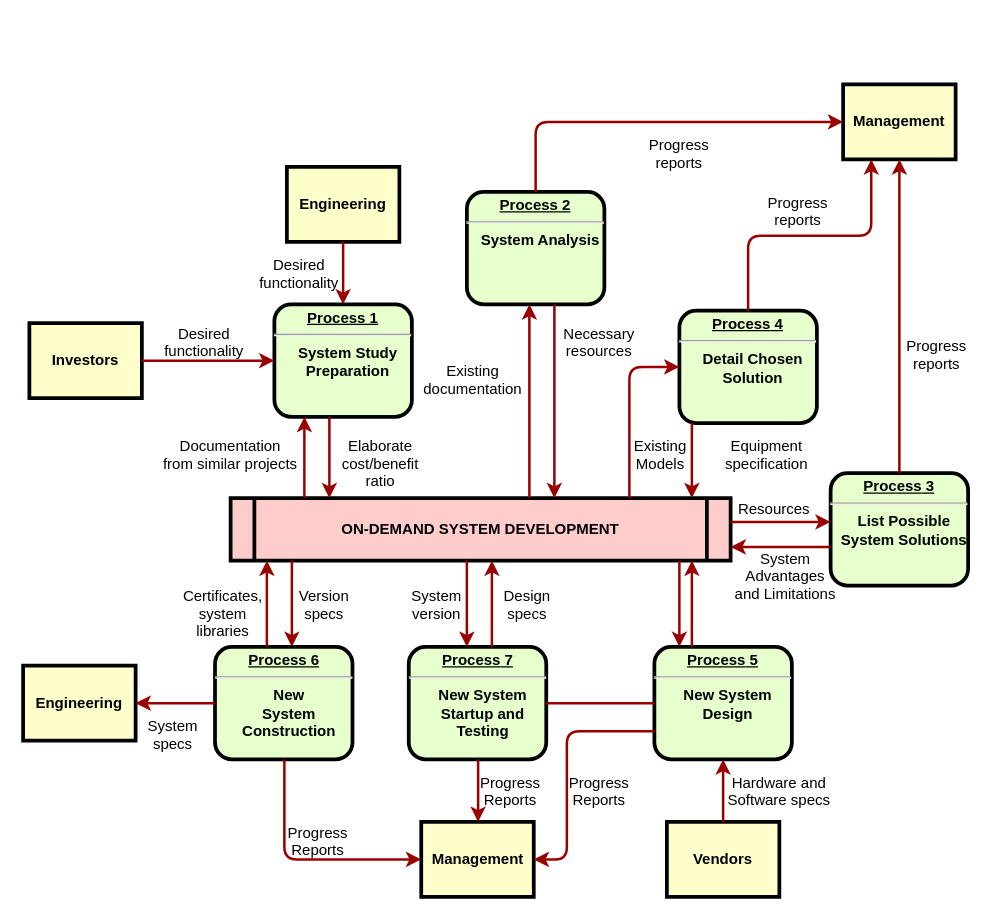
Above: Untitled Diagram.drawio in chet400/Resume (draw.io), before the change. Source tidied: cells renumbered, new cells numbered last; positions are measured from the earlier drawing's top-left corner, leaving out a move shared by most shapes. Both pictures are drawn from the tidied source at 125%, with x=0, y=0 at pixel (22, 84).
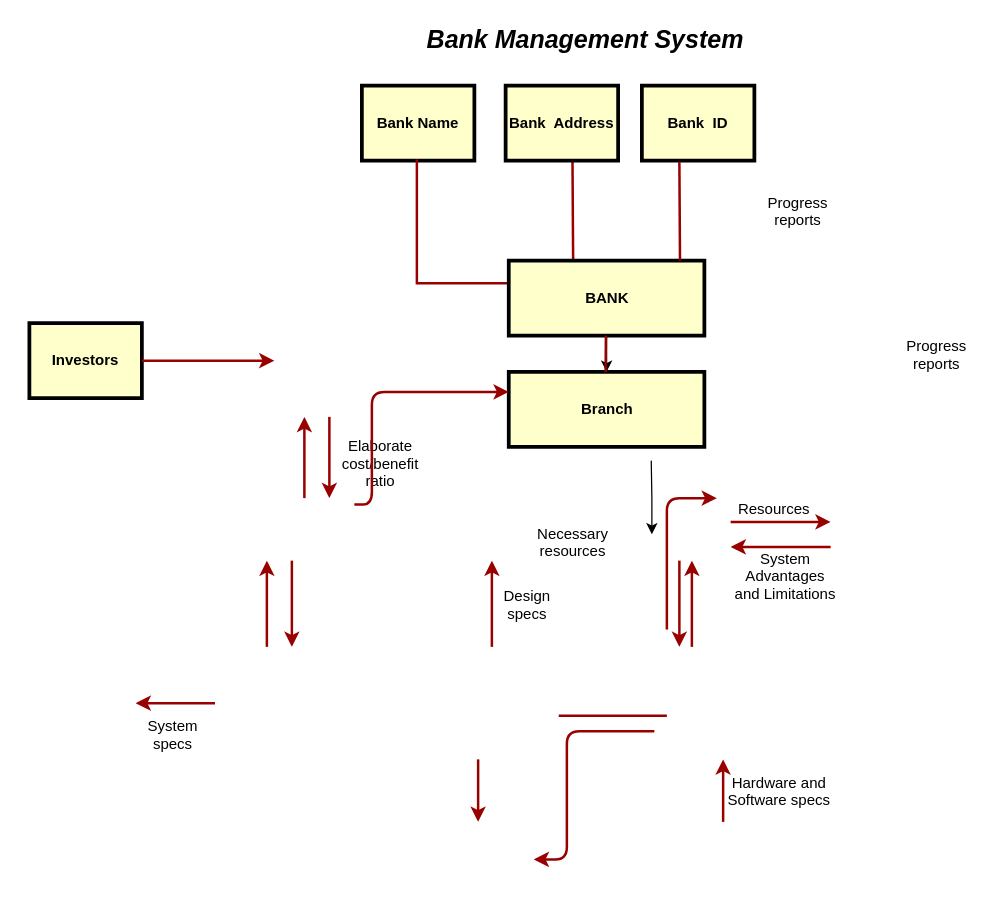
Above is the later version.

Unchanged cells that the change refers to:
```xml
<mxCell id="4" value="Investors" style="whiteSpace=wrap;align=center;verticalAlign=middle;fontStyle=1;strokeWidth=3;fillColor=#FFFFCC;" parent="1" vertex="1">
  <mxGeometry x="5" y="191" width="90" height="60" as="geometry" />
</mxCell>
```

What changed in the source:
```diff
@@
-    <mxCell id="2" value="&lt;p style=&quot;margin: 0px; margin-top: 4px; text-align: center; text-decoration: underline;&quot;&gt;&lt;strong&gt;Process 1&lt;br /&gt;&lt;/strong&gt;&lt;/p&gt;&lt;hr /&gt;&lt;p style=&quot;margin: 0px; margin-left: 8px;&quot;&gt;System Study&lt;/p&gt;&lt;p style=&quot;margin: 0px; margin-left: 8px;&quot;&gt;Preparation&lt;/p&gt;" style="verticalAlign=middle;align=center;overflow=fill;fontSize=12;fontFamily=Helvetica;html=1;rounded=1;fontStyle=1;strokeWidth=3;fillColor=#E6FFCC;" parent="1" vertex="1">
-      <mxGeometry x="201" y="176" width="110" height="90" as="geometry" />
-    </mxCell>
-    <mxCell id="3" value="Engineering" style="whiteSpace=wrap;align=center;verticalAlign=middle;fontStyle=1;strokeWidth=3;fillColor=#FFFFCC;" parent="1" vertex="1">
-      <mxGeometry x="211" y="66" width="90" height="60" as="geometry" />
+    <mxCell id="3" value="Bank Name" style="whiteSpace=wrap;align=center;verticalAlign=middle;fontStyle=1;strokeWidth=3;fillColor=#FFFFCC;" parent="1" vertex="1">
+      <mxGeometry x="271" y="1" width="90" height="60" as="geometry" />
     </mxCell>
@@
-    <mxCell id="5" value="ON-DEMAND SYSTEM DEVELOPMENT" style="shape=process;whiteSpace=wrap;align=center;verticalAlign=middle;size=0.0475;fontStyle=1;strokeWidth=3;fillColor=#FFCCCC;" parent="1" vertex="1">
-      <mxGeometry x="166" y="331" width="400" height="50" as="geometry" />
-    </mxCell>
-    <mxCell id="6" value="&lt;p style=&quot;margin: 0px; margin-top: 4px; text-align: center; text-decoration: underline;&quot;&gt;&lt;strong&gt;Process 2&lt;br /&gt;&lt;/strong&gt;&lt;/p&gt;&lt;hr /&gt;&lt;p style=&quot;margin: 0px; margin-left: 8px;&quot;&gt;System Analysis&lt;/p&gt;" style="verticalAlign=middle;align=center;overflow=fill;fontSize=12;fontFamily=Helvetica;html=1;rounded=1;fontStyle=1;strokeWidth=3;fillColor=#E6FFCC;" parent="1" vertex="1">
-      <mxGeometry x="355" y="86" width="110" height="90" as="geometry" />
-    </mxCell>
-    <mxCell id="7" value="&lt;p style=&quot;margin: 0px; margin-top: 4px; text-align: center; text-decoration: underline;&quot;&gt;&lt;strong&gt;&lt;strong&gt;Process&lt;/strong&gt; 3&lt;br /&gt;&lt;/strong&gt;&lt;/p&gt;&lt;hr /&gt;&lt;p style=&quot;margin: 0px; margin-left: 8px;&quot;&gt;List Possible&lt;/p&gt;&lt;p style=&quot;margin: 0px; margin-left: 8px;&quot;&gt;System Solutions&lt;/p&gt;" style="verticalAlign=middle;align=center;overflow=fill;fontSize=12;fontFamily=Helvetica;html=1;rounded=1;fontStyle=1;strokeWidth=3;fillColor=#E6FFCC;" parent="1" vertex="1">
-      <mxGeometry x="646" y="311" width="110" height="90" as="geometry" />
-    </mxCell>
-    <mxCell id="8" value="&lt;p style=&quot;margin: 0px; margin-top: 4px; text-align: center; text-decoration: underline;&quot;&gt;&lt;strong&gt;&lt;strong&gt;Process&lt;/strong&gt; 4&lt;br /&gt;&lt;/strong&gt;&lt;/p&gt;&lt;hr /&gt;&lt;p style=&quot;margin: 0px; margin-left: 8px;&quot;&gt;Detail Chosen&lt;/p&gt;&lt;p style=&quot;margin: 0px; margin-left: 8px;&quot;&gt;Solution&lt;/p&gt;" style="verticalAlign=middle;align=center;overflow=fill;fontSize=12;fontFamily=Helvetica;html=1;rounded=1;fontStyle=1;strokeWidth=3;fillColor=#E6FFCC;" parent="1" vertex="1">
-      <mxGeometry x="525" y="181" width="110" height="90" as="geometry" />
-    </mxCell>
-    <mxCell id="9" value="&lt;p style=&quot;margin: 0px; margin-top: 4px; text-align: center; text-decoration: underline;&quot;&gt;&lt;strong&gt;&lt;strong&gt;Process&lt;/strong&gt; 5&lt;br /&gt;&lt;/strong&gt;&lt;/p&gt;&lt;hr /&gt;&lt;p style=&quot;margin: 0px; margin-left: 8px;&quot;&gt;New System&lt;/p&gt;&lt;p style=&quot;margin: 0px; margin-left: 8px;&quot;&gt;Design&lt;/p&gt;" style="verticalAlign=middle;align=center;overflow=fill;fontSize=12;fontFamily=Helvetica;html=1;rounded=1;fontStyle=1;strokeWidth=3;fillColor=#E6FFCC;" parent="1" vertex="1">
-      <mxGeometry x="505" y="450" width="110" height="90" as="geometry" />
-    </mxCell>
-    <mxCell id="10" value="&lt;p style=&quot;margin: 0px; margin-top: 4px; text-align: center; text-decoration: underline;&quot;&gt;&lt;strong&gt;&lt;strong&gt;Process&lt;/strong&gt; 6&lt;br /&gt;&lt;/strong&gt;&lt;/p&gt;&lt;hr /&gt;&lt;p style=&quot;margin: 0px; margin-left: 8px;&quot;&gt;New&lt;/p&gt;&lt;p style=&quot;margin: 0px; margin-left: 8px;&quot;&gt;System&lt;/p&gt;&lt;p style=&quot;margin: 0px; margin-left: 8px;&quot;&gt;Construction&lt;/p&gt;" style="verticalAlign=middle;align=center;overflow=fill;fontSize=12;fontFamily=Helvetica;html=1;rounded=1;fontStyle=1;strokeWidth=3;fillColor=#E6FFCC;" parent="1" vertex="1">
-      <mxGeometry x="153.5" y="450" width="110" height="90" as="geometry" />
-    </mxCell>
-    <mxCell id="11" value="Management" style="whiteSpace=wrap;align=center;verticalAlign=middle;fontStyle=1;strokeWidth=3;fillColor=#FFFFCC;" parent="1" vertex="1">
-      <mxGeometry x="656" width="90" height="60" as="geometry" />
+    <mxCell id="11" value="Branch" style="whiteSpace=wrap;align=center;verticalAlign=middle;fontStyle=1;strokeWidth=3;fillColor=#FFFFCC;" parent="1" vertex="1">
+      <mxGeometry x="388.5" y="230" width="156.5" height="60" as="geometry" />
     </mxCell>
-    <mxCell id="12" value="Management" style="whiteSpace=wrap;align=center;verticalAlign=middle;fontStyle=1;strokeWidth=3;fillColor=#FFFFCC;" parent="1" vertex="1">
-      <mxGeometry x="318.5" y="590" width="90" height="60" as="geometry" />
-    </mxCell>
-    <mxCell id="13" value="Engineering" style="whiteSpace=wrap;align=center;verticalAlign=middle;fontStyle=1;strokeWidth=3;fillColor=#FFFFCC;" parent="1" vertex="1">
-      <mxGeometry y="465" width="90" height="60" as="geometry" />
-    </mxCell>
-    <mxCell id="14" value="Vendors" style="whiteSpace=wrap;align=center;verticalAlign=middle;fontStyle=1;strokeWidth=3;fillColor=#FFFFCC;" parent="1" vertex="1">
-      <mxGeometry x="515" y="590" width="90" height="60" as="geometry" />
-    </mxCell>
-    <mxCell id="15" style="edgeStyle=none;noEdgeStyle=1;strokeColor=#990000;strokeWidth=2;" parent="1" edge="1" source="3" target="2">
-      <mxGeometry relative="1" as="geometry" />
-    </mxCell>
-    <mxCell id="16" style="edgeStyle=none;noEdgeStyle=1;strokeColor=#990000;strokeWidth=2;" parent="1" edge="1" source="4" target="2">
-      <mxGeometry relative="1" as="geometry" />
+    <mxCell id="16" style="edgeStyle=none;noEdgeStyle=1;strokeColor=#990000;strokeWidth=2;" parent="1" edge="1" source="4">
+      <mxGeometry relative="1" as="geometry">
+        <mxPoint x="201" y="221" as="targetPoint" />
+      </mxGeometry>
     </mxCell>
-    <mxCell id="17" value="&lt;p style=&quot;margin: 0px; margin-top: 4px; text-align: center; text-decoration: underline;&quot;&gt;&lt;strong&gt;&lt;strong&gt;Process&lt;/strong&gt; 7&lt;br /&gt;&lt;/strong&gt;&lt;/p&gt;&lt;hr /&gt;&lt;p style=&quot;margin: 0px; margin-left: 8px;&quot;&gt;New System&lt;/p&gt;&lt;p style=&quot;margin: 0px; margin-left: 8px;&quot;&gt;Startup and&lt;/p&gt;&lt;p style=&quot;margin: 0px; margin-left: 8px;&quot;&gt;Testing&lt;/p&gt;" style="verticalAlign=middle;align=center;overflow=fill;fontSize=12;fontFamily=Helvetica;html=1;rounded=1;fontStyle=1;strokeWidth=3;fillColor=#E6FFCC;" parent="1" vertex="1">
-      <mxGeometry x="308.5" y="450" width="110" height="90" as="geometry" />
-    </mxCell>
-    <mxCell id="18" style="endArrow=none;noEdgeStyle=1;strokeColor=#990000;strokeWidth=2;" parent="1" edge="1" source="9" target="17">
-      <mxGeometry relative="1" as="geometry" />
+    <mxCell id="18" style="endArrow=none;noEdgeStyle=1;strokeColor=#990000;strokeWidth=2;" parent="1" edge="1">
+      <mxGeometry relative="1" as="geometry">
+        <mxPoint x="440" y="140" as="sourcePoint" />
+        <mxPoint x="439.5" y="61" as="targetPoint" />
+      </mxGeometry>
     </mxCell>
-    <mxCell id="19" value="Desired &#10;functionality" style="text;spacingTop=-5;align=center;" parent="1" vertex="1">
-      <mxGeometry x="130" y="191" width="30" height="20" as="geometry" />
-    </mxCell>
-    <mxCell id="20" value="Desired &#10;functionality" style="text;spacingTop=-5;align=center;" parent="1" vertex="1">
-      <mxGeometry x="206" y="136" width="30" height="20" as="geometry" />
+    <mxCell id="20" value="Bank Management System" style="text;spacingTop=-5;align=center;fontStyle=3;fontSize=20;" parent="1" vertex="1">
+      <mxGeometry x="435" y="-50" width="30" height="20" as="geometry" />
     </mxCell>
-    <mxCell id="21" value="Documentation&#10;from similar projects" style="text;spacingTop=-5;align=center;" parent="1" vertex="1">
-      <mxGeometry x="151" y="281" width="30" height="20" as="geometry" />
-    </mxCell>
-    <mxCell id="22" style="edgeStyle=elbowEdgeStyle;elbow=horizontal;strokeColor=#990000;strokeWidth=2;" parent="1" edge="1" source="5" target="2">
+    <mxCell id="22" style="edgeStyle=elbowEdgeStyle;elbow=horizontal;strokeColor=#990000;strokeWidth=2;" parent="1" edge="1">
       <mxGeometry relative="1" as="geometry">
+        <mxPoint x="225" y="331" as="sourcePoint" />
+        <mxPoint x="225" y="266" as="targetPoint" />
         <Array as="points">
           <mxPoint x="225" y="310" />
         </Array>
       </mxGeometry>
     </mxCell>
-    <mxCell id="23" style="edgeStyle=elbowEdgeStyle;elbow=horizontal;strokeColor=#990000;strokeWidth=2;" parent="1" edge="1" source="2" target="5">
+    <mxCell id="23" style="edgeStyle=elbowEdgeStyle;elbow=horizontal;strokeColor=#990000;strokeWidth=2;" parent="1" edge="1">
       <mxGeometry relative="1" as="geometry">
+        <mxPoint x="245" y="266" as="sourcePoint" />
+        <mxPoint x="245" y="331" as="targetPoint" />
         <Array as="points">
           <mxPoint x="245" y="300" />
         </Array>
       </mxGeometry>
     </mxCell>
@@
-    <mxCell id="25" style="edgeStyle=elbowEdgeStyle;elbow=horizontal;strokeColor=#990000;strokeWidth=2;" parent="1" edge="1" source="5" target="6">
-      <mxGeometry relative="1" as="geometry">
-        <Array as="points">
-          <mxPoint x="405" y="250" />
-        </Array>
-      </mxGeometry>
-    </mxCell>
-    <mxCell id="26" style="edgeStyle=elbowEdgeStyle;elbow=horizontal;strokeColor=#990000;strokeWidth=2;" parent="1" edge="1" source="6" target="5">
-      <mxGeometry relative="1" as="geometry">
-        <Array as="points">
-          <mxPoint x="425" y="260" />
-        </Array>
-      </mxGeometry>
-    </mxCell>
-    <mxCell id="27" value="Existing&#10;documentation" style="text;spacingTop=-5;align=center;" parent="1" vertex="1">
-      <mxGeometry x="345" y="221" width="30" height="20" as="geometry" />
-    </mxCell>
     <mxCell id="28" value="Necessary&#10;resources" style="text;spacingTop=-5;align=center;" parent="1" vertex="1">
-      <mxGeometry x="446" y="191" width="30" height="20" as="geometry" />
+      <mxGeometry x="425" y="351" width="30" height="20" as="geometry" />
     </mxCell>
-    <mxCell id="29" value="Progress&#10;reports" style="text;spacingTop=-5;align=center;" parent="1" vertex="1">
-      <mxGeometry x="510" y="40" width="30" height="20" as="geometry" />
-    </mxCell>
@@
-    <mxCell id="32" style="edgeStyle=elbowEdgeStyle;elbow=horizontal;strokeColor=#990000;strokeWidth=2;" parent="1" edge="1" source="6" target="11">
-      <mxGeometry relative="1" as="geometry">
-        <Array as="points">
-          <mxPoint x="410" y="80" />
-        </Array>
-      </mxGeometry>
-    </mxCell>
-    <mxCell id="33" style="edgeStyle=elbowEdgeStyle;elbow=vertical;entryX=0.25;entryY=1;strokeColor=#990000;strokeWidth=2;" parent="1" edge="1" source="8" target="11">
-      <mxGeometry relative="1" as="geometry" />
-    </mxCell>
-    <mxCell id="34" style="edgeStyle=elbowEdgeStyle;elbow=horizontal;strokeColor=#990000;strokeWidth=2;" parent="1" edge="1" source="7" target="11">
-      <mxGeometry relative="1" as="geometry" />
-    </mxCell>
-    <mxCell id="35" style="edgeStyle=elbowEdgeStyle;elbow=horizontal;strokeColor=#990000;strokeWidth=2;" parent="1" edge="1" source="8" target="5">
+    <mxCell id="35" style="edgeStyle=elbowEdgeStyle;elbow=horizontal;strokeColor=#990000;strokeWidth=2;" parent="1" edge="1">
       <mxGeometry relative="1" as="geometry">
-        <Array as="points">
-          <mxPoint x="535" y="300" />
-        </Array>
+        <mxPoint x="418.5" y="160" as="sourcePoint" />
+        <mxPoint x="419" y="200" as="targetPoint" />
       </mxGeometry>
     </mxCell>
-    <mxCell id="36" style="edgeStyle=segmentEdgeStyle;strokeColor=#990000;strokeWidth=2;" parent="1" edge="1" source="5" target="8">
+    <mxCell id="36" style="edgeStyle=segmentEdgeStyle;strokeColor=#990000;strokeWidth=2;" parent="1" edge="1">
       <mxGeometry relative="1" as="geometry">
+        <mxPoint x="515" y="436" as="sourcePoint" />
+        <mxPoint x="555" y="331" as="targetPoint" />
         <Array as="points">
-          <mxPoint x="485" y="226" />
+          <mxPoint x="515" y="331" />
         </Array>
       </mxGeometry>
     </mxCell>
-    <mxCell id="37" value="Existing&#10;Models" style="text;spacingTop=-5;align=center;" parent="1" vertex="1">
-      <mxGeometry x="495" y="281" width="30" height="20" as="geometry" />
-    </mxCell>
-    <mxCell id="38" value="Equipment&#10;specification" style="text;spacingTop=-5;align=center;" parent="1" vertex="1">
-      <mxGeometry x="580" y="281" width="30" height="20" as="geometry" />
-    </mxCell>
+    <mxCell id="63" style="edgeStyle=orthogonalEdgeStyle;rounded=0;orthogonalLoop=1;jettySize=auto;html=1;exitX=0.25;exitY=1;exitDx=0;exitDy=0;fontSize=20;" parent="1" edge="1">
+      <mxGeometry relative="1" as="geometry">
+        <mxPoint x="502.5" y="301" as="sourcePoint" />
+        <mxPoint x="503" y="360" as="targetPoint" />
+      </mxGeometry>
+    </mxCell>
-    <mxCell id="39" style="edgeStyle=elbowEdgeStyle;elbow=vertical;strokeColor=#990000;strokeWidth=2;" parent="1" edge="1" source="5" target="7">
+    <mxCell id="39" style="edgeStyle=elbowEdgeStyle;elbow=vertical;strokeColor=#990000;strokeWidth=2;" parent="1" edge="1">
       <mxGeometry relative="1" as="geometry">
+        <mxPoint x="566" y="350" as="sourcePoint" />
+        <mxPoint x="646" y="350" as="targetPoint" />
         <Array as="points">
           <mxPoint x="615" y="350" />
         </Array>
       </mxGeometry>
     </mxCell>
-    <mxCell id="40" style="edgeStyle=elbowEdgeStyle;elbow=vertical;strokeColor=#990000;strokeWidth=2;" parent="1" edge="1" source="7" target="5">
+    <mxCell id="40" style="edgeStyle=elbowEdgeStyle;elbow=vertical;strokeColor=#990000;strokeWidth=2;" parent="1" edge="1">
       <mxGeometry relative="1" as="geometry">
+        <mxPoint x="646" y="370" as="sourcePoint" />
+        <mxPoint x="566" y="370" as="targetPoint" />
         <Array as="points">
           <mxPoint x="615" y="370" />
         </Array>
       </mxGeometry>
     </mxCell>
@@
-    <mxCell id="43" style="edgeStyle=elbowEdgeStyle;elbow=horizontal;strokeColor=#990000;strokeWidth=2;" parent="1" edge="1" source="9" target="5">
+    <mxCell id="43" style="edgeStyle=elbowEdgeStyle;elbow=horizontal;strokeColor=#990000;strokeWidth=2;" parent="1" edge="1">
       <mxGeometry relative="1" as="geometry">
+        <mxPoint x="535" y="450" as="sourcePoint" />
+        <mxPoint x="535" y="381" as="targetPoint" />
         <Array as="points">
           <mxPoint x="535" y="410" />
         </Array>
       </mxGeometry>
     </mxCell>
-    <mxCell id="44" style="edgeStyle=elbowEdgeStyle;elbow=horizontal;strokeColor=#990000;strokeWidth=2;" parent="1" edge="1" source="5" target="9">
+    <mxCell id="44" style="edgeStyle=elbowEdgeStyle;elbow=horizontal;strokeColor=#990000;strokeWidth=2;" parent="1" edge="1">
       <mxGeometry relative="1" as="geometry">
+        <mxPoint x="525" y="381" as="sourcePoint" />
+        <mxPoint x="525" y="450" as="targetPoint" />
         <Array as="points">
           <mxPoint x="525" y="420" />
         </Array>
       </mxGeometry>
     </mxCell>
-    <mxCell id="45" style="edgeStyle=elbowEdgeStyle;elbow=horizontal;strokeColor=#990000;strokeWidth=2;" parent="1" edge="1" source="14" target="9">
-      <mxGeometry relative="1" as="geometry" />
+    <mxCell id="45" style="edgeStyle=elbowEdgeStyle;elbow=horizontal;strokeColor=#990000;strokeWidth=2;" parent="1" edge="1">
+      <mxGeometry relative="1" as="geometry">
+        <mxPoint x="560" y="590" as="sourcePoint" />
+        <mxPoint x="560" y="540" as="targetPoint" />
+      </mxGeometry>
     </mxCell>
@@
-    <mxCell id="47" style="edgeStyle=elbowEdgeStyle;elbow=horizontal;exitX=0;exitY=0.75;strokeColor=#990000;strokeWidth=2;" parent="1" edge="1" source="9" target="12">
+    <mxCell id="47" style="edgeStyle=elbowEdgeStyle;elbow=horizontal;exitX=0;exitY=0.75;strokeColor=#990000;strokeWidth=2;" parent="1" edge="1">
       <mxGeometry relative="1" as="geometry">
+        <mxPoint x="505" y="517.5" as="sourcePoint" />
+        <mxPoint x="408.5" y="620" as="targetPoint" />
         <Array as="points">
           <mxPoint x="435" y="570" />
         </Array>
       </mxGeometry>
     </mxCell>
-    <mxCell id="48" value="Progress&#10;Reports" style="text;spacingTop=-5;align=center;" parent="1" vertex="1">
-      <mxGeometry x="446" y="550" width="30" height="20" as="geometry" />
-    </mxCell>
-    <mxCell id="49" style="edgeStyle=elbowEdgeStyle;elbow=horizontal;strokeColor=#990000;strokeWidth=2;" parent="1" edge="1" source="17" target="12">
-      <mxGeometry relative="1" as="geometry" />
+    <mxCell id="49" style="edgeStyle=elbowEdgeStyle;elbow=horizontal;strokeColor=#990000;strokeWidth=2;" parent="1" edge="1">
+      <mxGeometry relative="1" as="geometry">
+        <mxPoint x="364" y="540" as="sourcePoint" />
+        <mxPoint x="364" y="590" as="targetPoint" />
+      </mxGeometry>
     </mxCell>
-    <mxCell id="50" value="Progress&#10;Reports" style="text;spacingTop=-5;align=center;" parent="1" vertex="1">
-      <mxGeometry x="375" y="550" width="30" height="20" as="geometry" />
-    </mxCell>
-    <mxCell id="51" style="edgeStyle=elbowEdgeStyle;elbow=horizontal;strokeColor=#990000;strokeWidth=2;" parent="1" edge="1" source="10" target="12">
+    <mxCell id="51" style="edgeStyle=elbowEdgeStyle;elbow=horizontal;strokeColor=#990000;strokeWidth=2;" parent="1" edge="1">
       <mxGeometry relative="1" as="geometry">
+        <mxPoint x="265" y="336" as="sourcePoint" />
+        <mxPoint x="388.5" y="246" as="targetPoint" />
         <Array as="points">
-          <mxPoint x="209" y="570" />
+          <mxPoint x="279" y="196" />
         </Array>
       </mxGeometry>
     </mxCell>
-    <mxCell id="52" value="Progress&#10;Reports" style="text;spacingTop=-5;align=center;" parent="1" vertex="1">
-      <mxGeometry x="221" y="590" width="30" height="20" as="geometry" />
-    </mxCell>
-    <mxCell id="53" style="edgeStyle=elbowEdgeStyle;elbow=vertical;strokeColor=#990000;strokeWidth=2;" parent="1" edge="1" source="10" target="13">
-      <mxGeometry relative="1" as="geometry" />
+    <mxCell id="53" style="edgeStyle=elbowEdgeStyle;elbow=vertical;strokeColor=#990000;strokeWidth=2;" parent="1" edge="1">
+      <mxGeometry relative="1" as="geometry">
+        <mxPoint x="153.5" y="495" as="sourcePoint" />
+        <mxPoint x="90" y="495" as="targetPoint" />
+      </mxGeometry>
     </mxCell>
-    <mxCell id="54" style="edgeStyle=elbowEdgeStyle;elbow=horizontal;strokeColor=#990000;strokeWidth=2;" parent="1" edge="1" source="5" target="17">
-      <mxGeometry relative="1" as="geometry">
-        <Array as="points">
-          <mxPoint x="355" y="410" />
-        </Array>
-      </mxGeometry>
-    </mxCell>
-    <mxCell id="55" style="edgeStyle=elbowEdgeStyle;elbow=horizontal;strokeColor=#990000;strokeWidth=2;" parent="1" edge="1" source="17" target="5">
+    <mxCell id="55" style="edgeStyle=elbowEdgeStyle;elbow=horizontal;strokeColor=#990000;strokeWidth=2;" parent="1" edge="1">
       <mxGeometry relative="1" as="geometry">
+        <mxPoint x="375" y="450" as="sourcePoint" />
+        <mxPoint x="375" y="381" as="targetPoint" />
         <Array as="points">
           <mxPoint x="375" y="410" />
         </Array>
       </mxGeometry>
     </mxCell>
-    <mxCell id="56" value="Version&#10;specs" style="text;spacingTop=-5;align=center;" parent="1" vertex="1">
-      <mxGeometry x="226" y="401" width="30" height="20" as="geometry" />
-    </mxCell>
-    <mxCell id="57" value="Certificates,&#10;system&#10;libraries" style="text;spacingTop=-5;align=center;" parent="1" vertex="1">
-      <mxGeometry x="145" y="401" width="30" height="20" as="geometry" />
-    </mxCell>
-    <mxCell id="58" style="edgeStyle=elbowEdgeStyle;elbow=horizontal;strokeColor=#990000;strokeWidth=2;" parent="1" edge="1" source="5" target="10">
+    <mxCell id="58" style="edgeStyle=elbowEdgeStyle;elbow=horizontal;strokeColor=#990000;strokeWidth=2;" parent="1" edge="1">
       <mxGeometry relative="1" as="geometry">
+        <mxPoint x="215" y="381" as="sourcePoint" />
+        <mxPoint x="215" y="450" as="targetPoint" />
         <Array as="points">
           <mxPoint x="215" y="410" />
         </Array>
       </mxGeometry>
     </mxCell>
-    <mxCell id="59" style="edgeStyle=elbowEdgeStyle;elbow=horizontal;strokeColor=#990000;strokeWidth=2;" parent="1" edge="1" source="10" target="5">
+    <mxCell id="59" style="edgeStyle=elbowEdgeStyle;elbow=horizontal;strokeColor=#990000;strokeWidth=2;" parent="1" edge="1">
       <mxGeometry relative="1" as="geometry">
+        <mxPoint x="195" y="450" as="sourcePoint" />
+        <mxPoint x="195" y="381" as="targetPoint" />
         <Array as="points">
           <mxPoint x="195" y="410" />
         </Array>
       </mxGeometry>
     </mxCell>
@@
-    <mxCell id="62" value="System&#10;version" style="text;spacingTop=-5;align=center;" parent="1" vertex="1">
-      <mxGeometry x="316" y="401" width="30" height="20" as="geometry" />
-    </mxCell>
+    <mxCell id="64" value="Bank  Address" style="whiteSpace=wrap;align=center;verticalAlign=middle;fontStyle=1;strokeWidth=3;fillColor=#FFFFCC;" parent="1" vertex="1">
+      <mxGeometry x="386" y="1" width="90" height="60" as="geometry" />
+    </mxCell>
+    <mxCell id="65" value="Bank  ID" style="whiteSpace=wrap;align=center;verticalAlign=middle;fontStyle=1;strokeWidth=3;fillColor=#FFFFCC;" parent="1" vertex="1">
+      <mxGeometry x="495" y="1" width="90" height="60" as="geometry" />
+    </mxCell>
+    <mxCell id="66" style="edgeStyle=none;noEdgeStyle=1;strokeColor=#990000;strokeWidth=2;" parent="1" edge="1">
+      <mxGeometry relative="1" as="geometry">
+        <mxPoint x="315" y="159" as="sourcePoint" />
+        <mxPoint x="421" y="159" as="targetPoint" />
+      </mxGeometry>
+    </mxCell>
+    <mxCell id="67" style="endArrow=none;noEdgeStyle=1;strokeColor=#990000;strokeWidth=2;" parent="1" edge="1">
+      <mxGeometry relative="1" as="geometry">
+        <mxPoint x="515" y="505" as="sourcePoint" />
+        <mxPoint x="428.5" y="505" as="targetPoint" />
+      </mxGeometry>
+    </mxCell>
+    <mxCell id="68" style="edgeStyle=orthogonalEdgeStyle;rounded=0;jettySize=auto;html=1;fontSize=20;" parent="1" edge="1" source="69" target="11">
+      <mxGeometry relative="1" as="geometry" />
+    </mxCell>
+    <mxCell id="69" value="BANK" style="whiteSpace=wrap;align=center;verticalAlign=middle;fontStyle=1;strokeWidth=3;fillColor=#FFFFCC;" parent="1" vertex="1">
+      <mxGeometry x="388.5" y="141" width="156.5" height="60" as="geometry" />
+    </mxCell>
+    <mxCell id="70" style="endArrow=none;noEdgeStyle=1;strokeColor=#990000;strokeWidth=2;" parent="1" edge="1">
+      <mxGeometry relative="1" as="geometry">
+        <mxPoint x="525.5" y="141" as="sourcePoint" />
+        <mxPoint x="525" y="62" as="targetPoint" />
+      </mxGeometry>
+    </mxCell>
+    <mxCell id="71" style="endArrow=none;noEdgeStyle=1;strokeColor=#990000;strokeWidth=2;" parent="1" edge="1">
+      <mxGeometry relative="1" as="geometry">
+        <mxPoint x="315" y="160" as="sourcePoint" />
+        <mxPoint x="315" y="60" as="targetPoint" />
+      </mxGeometry>
+    </mxCell>
+    <mxCell id="72" style="endArrow=none;noEdgeStyle=1;strokeColor=#990000;strokeWidth=2;" parent="1" edge="1">
+      <mxGeometry relative="1" as="geometry">
+        <mxPoint x="466" y="230" as="sourcePoint" />
+        <mxPoint x="466.2" y="201" as="targetPoint" />
+      </mxGeometry>
+    </mxCell>
```
